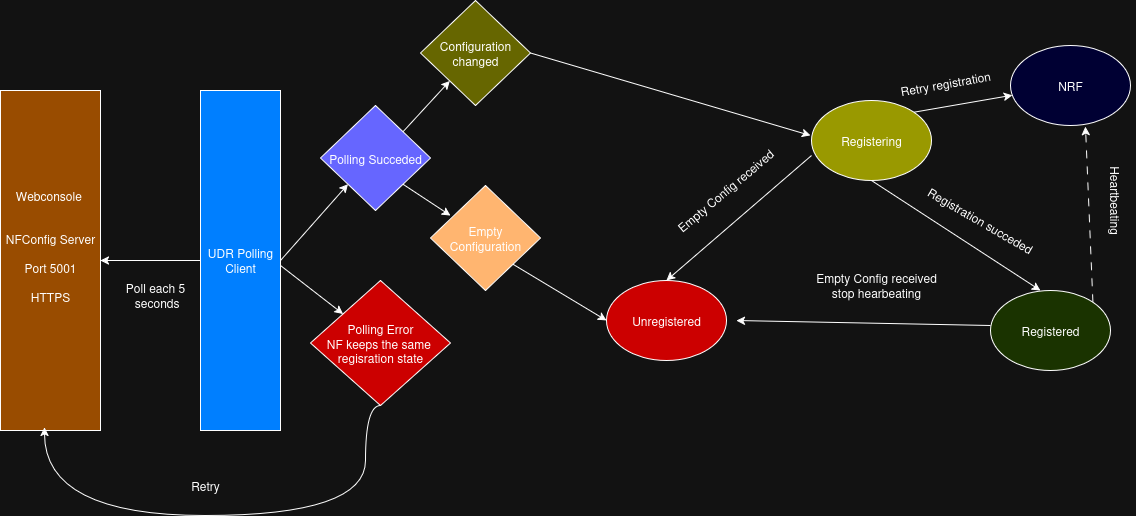
Before: docs/images/README-UDR.png, a diagram exported from draw.io (omec-project/udr). Source tidied: cells renumbered, new cells last; positions are measured from the earlier drawing's top-left corner, leaving out a move shared by most shapes. Source of this version:
```xml
<mxGraphModel>
  <root>
    <mxCell id="0" />
    <mxCell id="1" parent="0" />
    <mxCell id="2" style="rounded=0;jettySize=auto;html=1;exitX=1;exitY=0;exitDx=0;exitDy=0;" parent="1" edge="1" source="3" target="6">
      <mxGeometry relative="1" as="geometry" />
    </mxCell>
    <mxCell id="3" value="Registering" style="ellipse;whiteSpace=wrap;html=1;fillColor=light-dark(#FFFFFF,#999900);" parent="1" vertex="1">
      <mxGeometry x="811" y="100" width="120" height="80" as="geometry" />
    </mxCell>
    <mxCell id="4" value="Registered" style="ellipse;whiteSpace=wrap;html=1;fillColor=light-dark(#FFFFFF,#1A3300);" parent="1" vertex="1">
      <mxGeometry x="990" y="290" width="120" height="80" as="geometry" />
    </mxCell>
    <mxCell id="5" value="Unregistered" style="ellipse;whiteSpace=wrap;html=1;fillColor=light-dark(#FFFFFF,#CC0000);" parent="1" vertex="1">
      <mxGeometry x="606" y="280" width="120" height="80" as="geometry" />
    </mxCell>
    <mxCell id="6" value="NRF" style="ellipse;whiteSpace=wrap;html=1;fillColor=light-dark(#FFFFFF,#000033);" parent="1" vertex="1">
      <mxGeometry x="1010" y="45" width="120" height="80" as="geometry" />
    </mxCell>
    <mxCell id="7" style="endArrow=classic;html=1;rounded=0;exitX=0;exitY=0.688;exitDx=0;exitDy=0;exitPerimeter=0;entryX=0.5;entryY=0;entryDx=0;entryDy=0;" parent="1" edge="1" source="3" target="5">
      <mxGeometry relative="1" as="geometry" />
    </mxCell>
    <mxCell id="8" value="Empty Config received" style="text;strokeColor=none;align=center;fillColor=none;html=1;verticalAlign=middle;whiteSpace=wrap;rounded=0;rotation=-40;" parent="1" vertex="1">
      <mxGeometry x="650" y="170" width="150" height="40" as="geometry" />
    </mxCell>
    <mxCell id="9" style="endArrow=classic;html=1;rounded=0;entryX=0.417;entryY=0;entryDx=0;entryDy=0;entryPerimeter=0;exitX=0.5;exitY=1;exitDx=0;exitDy=0;" parent="1" edge="1" source="3" target="4">
      <mxGeometry relative="1" as="geometry" />
    </mxCell>
    <mxCell id="10" value="Registration succeded" style="text;strokeColor=none;align=center;fillColor=none;html=1;verticalAlign=middle;whiteSpace=wrap;rounded=0;rotation=30;" parent="1" vertex="1">
      <mxGeometry x="900" y="185" width="160" height="70" as="geometry" />
    </mxCell>
    <mxCell id="11" style="endArrow=classic;html=1;rounded=0;" parent="1" edge="1">
      <mxGeometry relative="1" as="geometry">
        <mxPoint x="990" y="325" as="sourcePoint" />
        <mxPoint x="736" y="320" as="targetPoint" />
      </mxGeometry>
    </mxCell>
    <mxCell id="12" value="Empty Config received&lt;br&gt;stop hearbeating" style="text;strokeColor=none;align=center;fillColor=none;html=1;verticalAlign=middle;whiteSpace=wrap;rounded=0;rotation=0;" parent="1" vertex="1">
      <mxGeometry x="801.1" y="265" width="150" height="40" as="geometry" />
    </mxCell>
    <mxCell id="13" value="&lt;div&gt;Webconsole&amp;nbsp;&lt;/div&gt;&lt;div&gt;&lt;br&gt;&lt;/div&gt;&lt;div&gt;&lt;br&gt;&lt;/div&gt;&lt;div&gt;NFConfig Server&lt;/div&gt;&lt;div&gt;&lt;br&gt;&lt;/div&gt;&lt;div&gt;Port 5001&lt;/div&gt;&lt;div&gt;&lt;br&gt;&lt;/div&gt;&lt;div&gt;HTTPS&lt;/div&gt;&lt;div&gt;&lt;br&gt;&lt;/div&gt;&lt;div&gt;&lt;br&gt;&lt;/div&gt;" style="whiteSpace=wrap;html=1;fillColor=light-dark(#FFFFFF,#994C00);" parent="1" vertex="1">
      <mxGeometry y="90" width="100" height="340" as="geometry" />
    </mxCell>
    <mxCell id="14" style="edgeStyle=orthogonalEdgeStyle;rounded=0;jettySize=auto;html=1;exitX=0;exitY=0.5;exitDx=0;exitDy=0;entryX=1;entryY=0.5;entryDx=0;entryDy=0;" parent="1" edge="1" source="16" target="13">
      <mxGeometry relative="1" as="geometry" />
    </mxCell>
    <mxCell id="15" style="rounded=0;jettySize=auto;html=1;exitX=1;exitY=0.5;exitDx=0;exitDy=0;entryX=0;entryY=1;entryDx=0;entryDy=0;" parent="1" edge="1" source="16" target="23">
      <mxGeometry relative="1" as="geometry" />
    </mxCell>
    <mxCell id="16" value="&lt;div&gt;UDR Polling&lt;/div&gt;&lt;div&gt;Client&lt;/div&gt;" style="whiteSpace=wrap;html=1;fillColor=light-dark(#FFFFFF,#007FFF);" parent="1" vertex="1">
      <mxGeometry x="200" y="90" width="80" height="340" as="geometry" />
    </mxCell>
    <mxCell id="17" value="&lt;div&gt;Poll each 5&lt;/div&gt;&lt;div&gt;&amp;nbsp;seconds&lt;/div&gt;" style="text;strokeColor=none;align=center;fillColor=none;html=1;verticalAlign=middle;whiteSpace=wrap;rounded=0;rotation=0;" parent="1" vertex="1">
      <mxGeometry x="80" y="275" width="150" height="40" as="geometry" />
    </mxCell>
    <mxCell id="18" style="rounded=0;jettySize=auto;html=1;exitX=1;exitY=0.5;exitDx=0;exitDy=0;" parent="1" edge="1" source="19">
      <mxGeometry relative="1" as="geometry">
        <mxPoint x="810" y="135" as="targetPoint" />
      </mxGeometry>
    </mxCell>
    <mxCell id="19" value="Configuration changed" style="rhombus;whiteSpace=wrap;html=1;fillColor=light-dark(#FFFFFF,#666600);" parent="1" vertex="1">
      <mxGeometry x="420" width="110" height="105" as="geometry" />
    </mxCell>
    <mxCell id="20" value="Empty Configuration" style="rhombus;whiteSpace=wrap;html=1;fillColor=light-dark(#FFFFFF,#FFB570);" parent="1" vertex="1">
      <mxGeometry x="430" y="185" width="110" height="105" as="geometry" />
    </mxCell>
    <mxCell id="21" value="Polling Error&lt;br&gt;NF keeps the same&amp;nbsp; regisration state" style="rhombus;whiteSpace=wrap;html=1;fillColor=light-dark(#FFFFFF,#CC0000);" parent="1" vertex="1">
      <mxGeometry x="310" y="280" width="140" height="125" as="geometry" />
    </mxCell>
    <mxCell id="22" style="rounded=0;jettySize=auto;html=1;exitX=1;exitY=0;exitDx=0;exitDy=0;" parent="1" edge="1" source="23" target="19">
      <mxGeometry relative="1" as="geometry" />
    </mxCell>
    <mxCell id="23" value="Polling Succeded" style="rhombus;whiteSpace=wrap;html=1;fillColor=light-dark(#FFFFFF,#6666FF);" parent="1" vertex="1">
      <mxGeometry x="320" y="105" width="110" height="105" as="geometry" />
    </mxCell>
    <mxCell id="24" style="rounded=0;jettySize=auto;html=1;" parent="1" edge="1" target="21">
      <mxGeometry relative="1" as="geometry">
        <mxPoint x="280" y="265" as="sourcePoint" />
      </mxGeometry>
    </mxCell>
    <mxCell id="25" style="edgeStyle=orthogonalEdgeStyle;rounded=0;jettySize=auto;html=1;exitX=0.5;exitY=1;exitDx=0;exitDy=0;curved=1;entryX=0.44;entryY=0.991;entryDx=0;entryDy=0;entryPerimeter=0;" parent="1" edge="1" source="21" target="13">
      <mxGeometry relative="1" as="geometry">
        <Array as="points">
          <mxPoint x="365" y="515" />
          <mxPoint x="44" y="515" />
        </Array>
      </mxGeometry>
    </mxCell>
    <mxCell id="26" value="Retry" style="text;strokeColor=none;align=center;fillColor=none;html=1;verticalAlign=middle;whiteSpace=wrap;rounded=0;rotation=0;" parent="1" vertex="1">
      <mxGeometry x="130" y="465" width="150" height="40" as="geometry" />
    </mxCell>
    <mxCell id="27" style="rounded=0;jettySize=auto;html=1;exitX=1;exitY=1;exitDx=0;exitDy=0;entryX=0.182;entryY=0.286;entryDx=0;entryDy=0;entryPerimeter=0;" parent="1" edge="1" source="23" target="20">
      <mxGeometry relative="1" as="geometry" />
    </mxCell>
    <mxCell id="28" style="rounded=0;jettySize=auto;html=1;exitX=1;exitY=1;exitDx=0;exitDy=0;entryX=0;entryY=0.5;entryDx=0;entryDy=0;" parent="1" edge="1" source="20" target="5">
      <mxGeometry relative="1" as="geometry" />
    </mxCell>
    <mxCell id="29" style="edgeStyle=none;rounded=0;jettySize=auto;html=1;exitX=1;exitY=0;exitDx=0;exitDy=0;entryX=0.625;entryY=1.013;entryDx=0;entryDy=0;entryPerimeter=0;dashed=1;dashPattern=8 8;" parent="1" edge="1" source="4" target="6">
      <mxGeometry relative="1" as="geometry" />
    </mxCell>
    <mxCell id="30" value="Retry registration" style="text;strokeColor=none;align=center;fillColor=none;html=1;verticalAlign=middle;whiteSpace=wrap;rounded=0;rotation=-10;" parent="1" vertex="1">
      <mxGeometry x="870" y="65" width="150" height="35" as="geometry" />
    </mxCell>
    <mxCell id="31" value="Heartbeating" style="text;strokeColor=none;align=center;fillColor=none;html=1;verticalAlign=middle;whiteSpace=wrap;rounded=0;rotation=90;" parent="1" vertex="1">
      <mxGeometry x="1040" y="180" width="150" height="40" as="geometry" />
    </mxCell>
  </root>
</mxGraphModel>
```
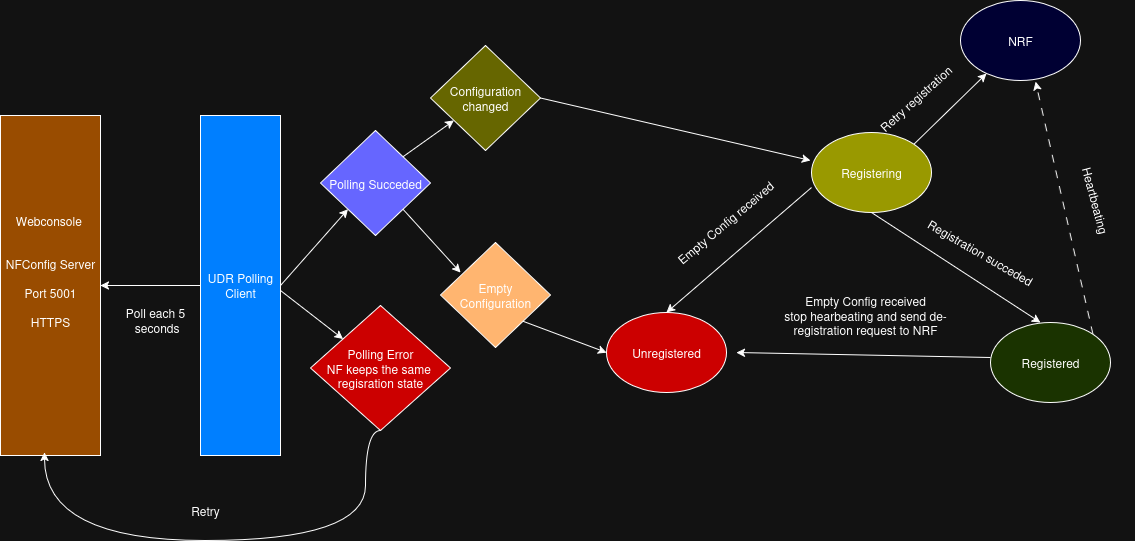
Later version of the same file.

Commit message:
chore: update explanation for empty config received

Change to the diagram source:
```diff
@@ -6,37 +6,37 @@
       <mxGeometry relative="1" as="geometry" />
     </mxCell>
     <mxCell id="3" value="Registering" style="ellipse;whiteSpace=wrap;html=1;fillColor=light-dark(#FFFFFF,#999900);" parent="1" vertex="1">
-      <mxGeometry x="811" y="100" width="120" height="80" as="geometry" />
+      <mxGeometry x="811" y="107" width="120" height="80" as="geometry" />
     </mxCell>
     <mxCell id="4" value="Registered" style="ellipse;whiteSpace=wrap;html=1;fillColor=light-dark(#FFFFFF,#1A3300);" parent="1" vertex="1">
-      <mxGeometry x="990" y="290" width="120" height="80" as="geometry" />
+      <mxGeometry x="990" y="297" width="120" height="80" as="geometry" />
     </mxCell>
     <mxCell id="5" value="Unregistered" style="ellipse;whiteSpace=wrap;html=1;fillColor=light-dark(#FFFFFF,#CC0000);" parent="1" vertex="1">
-      <mxGeometry x="606" y="280" width="120" height="80" as="geometry" />
+      <mxGeometry x="606" y="287" width="120" height="80" as="geometry" />
     </mxCell>
     <mxCell id="6" value="NRF" style="ellipse;whiteSpace=wrap;html=1;fillColor=light-dark(#FFFFFF,#000033);" parent="1" vertex="1">
-      <mxGeometry x="1010" y="45" width="120" height="80" as="geometry" />
+      <mxGeometry x="960" y="-25" width="120" height="80" as="geometry" />
     </mxCell>
     <mxCell id="7" style="endArrow=classic;html=1;rounded=0;exitX=0;exitY=0.688;exitDx=0;exitDy=0;exitPerimeter=0;entryX=0.5;entryY=0;entryDx=0;entryDy=0;" parent="1" edge="1" source="3" target="5">
       <mxGeometry relative="1" as="geometry" />
     </mxCell>
     <mxCell id="8" value="Empty Config received" style="text;strokeColor=none;align=center;fillColor=none;html=1;verticalAlign=middle;whiteSpace=wrap;rounded=0;rotation=-40;" parent="1" vertex="1">
-      <mxGeometry x="650" y="170" width="150" height="40" as="geometry" />
+      <mxGeometry x="650" y="177" width="150" height="40" as="geometry" />
     </mxCell>
     <mxCell id="9" style="endArrow=classic;html=1;rounded=0;entryX=0.417;entryY=0;entryDx=0;entryDy=0;entryPerimeter=0;exitX=0.5;exitY=1;exitDx=0;exitDy=0;" parent="1" edge="1" source="3" target="4">
       <mxGeometry relative="1" as="geometry" />
     </mxCell>
     <mxCell id="10" value="Registration succeded" style="text;strokeColor=none;align=center;fillColor=none;html=1;verticalAlign=middle;whiteSpace=wrap;rounded=0;rotation=30;" parent="1" vertex="1">
-      <mxGeometry x="900" y="185" width="160" height="70" as="geometry" />
+      <mxGeometry x="900" y="192" width="160" height="70" as="geometry" />
     </mxCell>
     <mxCell id="11" style="endArrow=classic;html=1;rounded=0;" parent="1" edge="1">
       <mxGeometry relative="1" as="geometry">
-        <mxPoint x="990" y="325" as="sourcePoint" />
-        <mxPoint x="736" y="320" as="targetPoint" />
+        <mxPoint x="990" y="332" as="sourcePoint" />
+        <mxPoint x="736" y="327" as="targetPoint" />
       </mxGeometry>
     </mxCell>
-    <mxCell id="12" value="Empty Config received&lt;br&gt;stop hearbeating" style="text;strokeColor=none;align=center;fillColor=none;html=1;verticalAlign=middle;whiteSpace=wrap;rounded=0;rotation=0;" parent="1" vertex="1">
-      <mxGeometry x="801.1" y="265" width="150" height="40" as="geometry" />
+    <mxCell id="12" value="Empty Config received&lt;br&gt;stop hearbeating and send de-registration request to NRF" style="text;strokeColor=none;align=center;fillColor=none;html=1;verticalAlign=middle;whiteSpace=wrap;rounded=0;rotation=0;" parent="1" vertex="1">
+      <mxGeometry x="760" y="265" width="210" height="50" as="geometry" />
     </mxCell>
     <mxCell id="13" value="&lt;div&gt;Webconsole&amp;nbsp;&lt;/div&gt;&lt;div&gt;&lt;br&gt;&lt;/div&gt;&lt;div&gt;&lt;br&gt;&lt;/div&gt;&lt;div&gt;NFConfig Server&lt;/div&gt;&lt;div&gt;&lt;br&gt;&lt;/div&gt;&lt;div&gt;Port 5001&lt;/div&gt;&lt;div&gt;&lt;br&gt;&lt;/div&gt;&lt;div&gt;HTTPS&lt;/div&gt;&lt;div&gt;&lt;br&gt;&lt;/div&gt;&lt;div&gt;&lt;br&gt;&lt;/div&gt;" style="whiteSpace=wrap;html=1;fillColor=light-dark(#FFFFFF,#994C00);" parent="1" vertex="1">
       <mxGeometry y="90" width="100" height="340" as="geometry" />
@@ -59,10 +59,10 @@
       </mxGeometry>
     </mxCell>
     <mxCell id="19" value="Configuration changed" style="rhombus;whiteSpace=wrap;html=1;fillColor=light-dark(#FFFFFF,#666600);" parent="1" vertex="1">
-      <mxGeometry x="420" width="110" height="105" as="geometry" />
+      <mxGeometry x="430" y="20" width="110" height="105" as="geometry" />
     </mxCell>
     <mxCell id="20" value="Empty Configuration" style="rhombus;whiteSpace=wrap;html=1;fillColor=light-dark(#FFFFFF,#FFB570);" parent="1" vertex="1">
-      <mxGeometry x="430" y="185" width="110" height="105" as="geometry" />
+      <mxGeometry x="440" y="217" width="110" height="105" as="geometry" />
     </mxCell>
     <mxCell id="21" value="Polling Error&lt;br&gt;NF keeps the same&amp;nbsp; regisration state" style="rhombus;whiteSpace=wrap;html=1;fillColor=light-dark(#FFFFFF,#CC0000);" parent="1" vertex="1">
       <mxGeometry x="310" y="280" width="140" height="125" as="geometry" />
@@ -98,11 +98,11 @@
     <mxCell id="29" style="edgeStyle=none;rounded=0;jettySize=auto;html=1;exitX=1;exitY=0;exitDx=0;exitDy=0;entryX=0.625;entryY=1.013;entryDx=0;entryDy=0;entryPerimeter=0;dashed=1;dashPattern=8 8;" parent="1" edge="1" source="4" target="6">
       <mxGeometry relative="1" as="geometry" />
     </mxCell>
-    <mxCell id="30" value="Retry registration" style="text;strokeColor=none;align=center;fillColor=none;html=1;verticalAlign=middle;whiteSpace=wrap;rounded=0;rotation=-10;" parent="1" vertex="1">
-      <mxGeometry x="870" y="65" width="150" height="35" as="geometry" />
+    <mxCell id="30" value="Retry registration" style="text;strokeColor=none;align=center;fillColor=none;html=1;verticalAlign=middle;whiteSpace=wrap;rounded=0;rotation=-42;" parent="1" vertex="1">
+      <mxGeometry x="840" y="55" width="150" height="35" as="geometry" />
     </mxCell>
-    <mxCell id="31" value="Heartbeating" style="text;strokeColor=none;align=center;fillColor=none;html=1;verticalAlign=middle;whiteSpace=wrap;rounded=0;rotation=90;" parent="1" vertex="1">
-      <mxGeometry x="1040" y="180" width="150" height="40" as="geometry" />
+    <mxCell id="31" value="Heartbeating" style="text;strokeColor=none;align=center;fillColor=none;html=1;verticalAlign=middle;whiteSpace=wrap;rounded=0;rotation=75;" parent="1" vertex="1">
+      <mxGeometry x="1020" y="155" width="150" height="40" as="geometry" />
     </mxCell>
   </root>
 </mxGraphModel>
```
